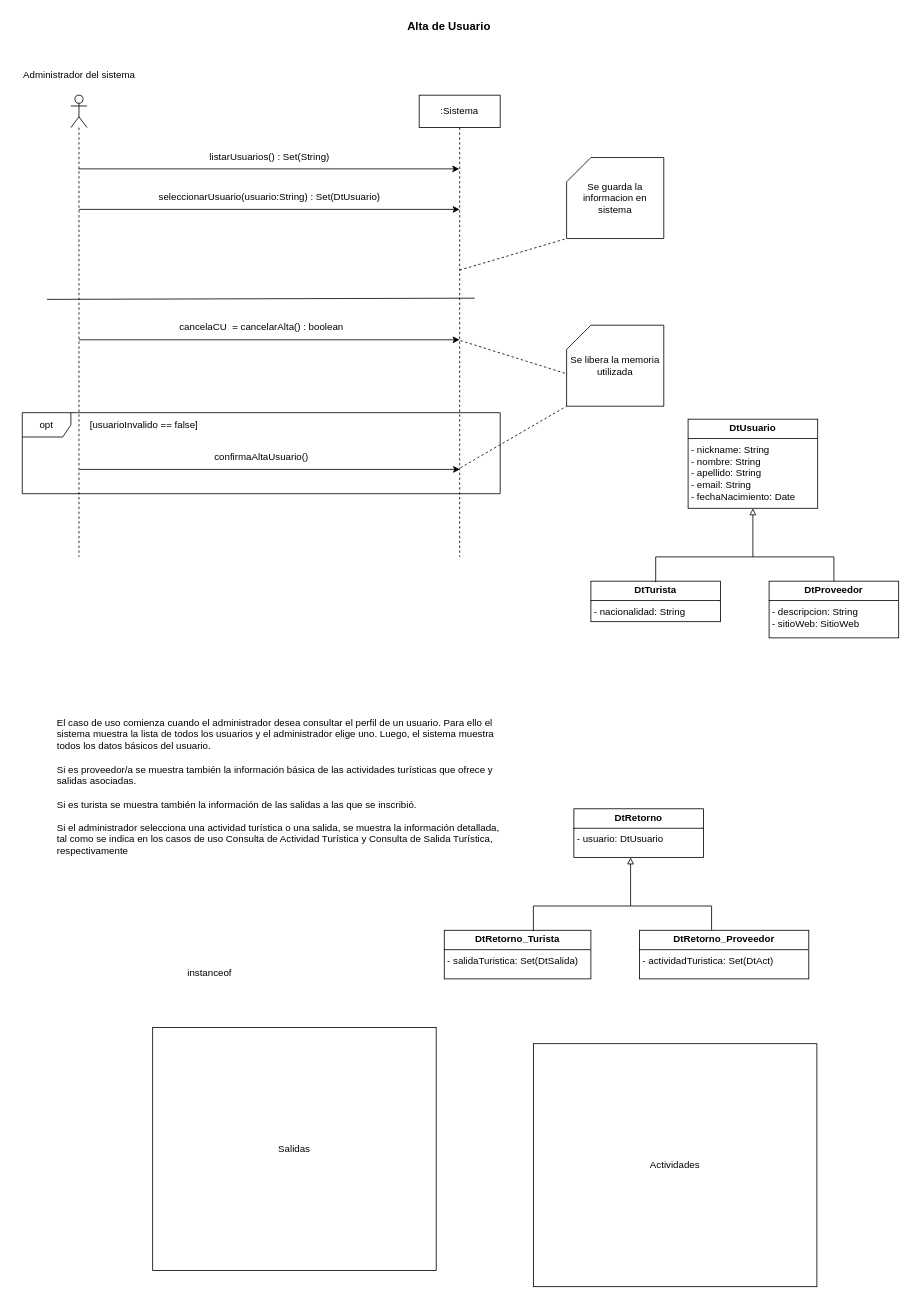
Before: page "CU2_ConsultaUsuario" (3 of 8) of resources/Tarea1.drawio in rofernandezm/Tencnoinf_Pap2025_Tarea1, a draw.io diagram. Source tidied: cells renumbered, new cells numbered last; positions are measured from the earlier drawing's top-left corner, leaving out a move shared by most shapes. Both pictures are drawn from the tidied source at 81%, with x=0, y=0 at pixel (14, 14).
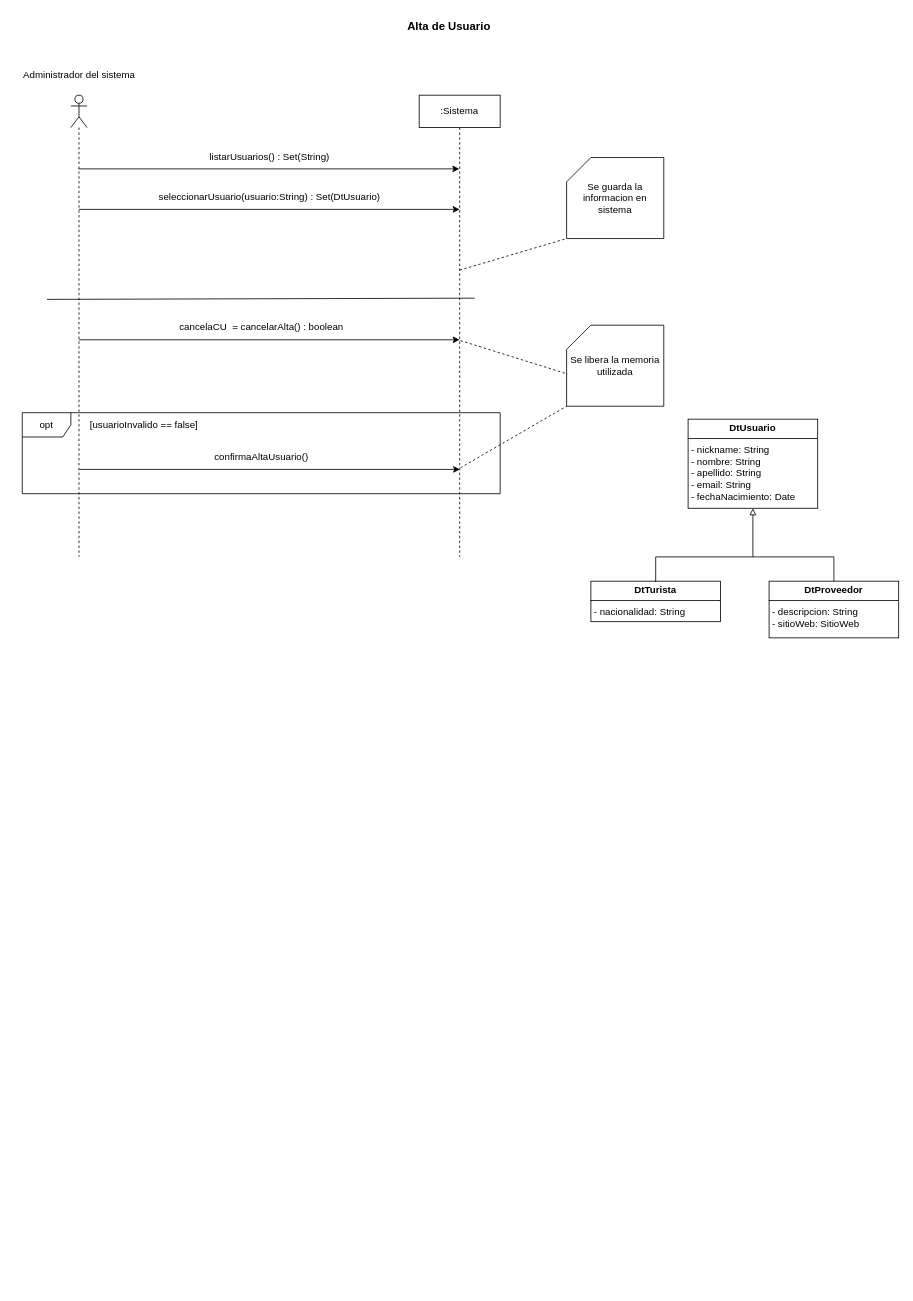
The same diagram, later.

The edit, as a diff of the source:
```diff
@@
-    <mxCell id="27" value="El caso de uso comienza cuando el administrador desea consultar el perfil de un usuario. Para ello el sistema muestra la lista de todos los usuarios y el administrador elige uno. Luego, el sistema muestra todos los datos básicos del usuario. &#10;&#10;Si es proveedor/a se muestra también la información básica de las actividades turísticas que ofrece y salidas asociadas.&#10;&#10;Si es turista se muestra también la información de las salidas a las que se inscribió.&#10;&#10;Si el administrador selecciona una actividad turística o una salida, se muestra la información detallada, tal como se indica en los casos de uso Consulta de Actividad Turística y Consulta de Salida Turística, respectivamente" style="text;whiteSpace=wrap;" parent="1" vertex="1">
-      <mxGeometry x="51" y="861" width="560" height="190" as="geometry" />
-    </mxCell>
-    <mxCell id="28" value="&lt;p style=&quot;margin:0px;margin-top:4px;text-align:center;&quot;&gt;&lt;b&gt;DtRetorno&lt;/b&gt;&lt;/p&gt;&lt;hr size=&quot;1&quot; style=&quot;border-style:solid;&quot;&gt;&lt;p style=&quot;margin:0px;margin-left:4px;&quot;&gt;- usuario: DtUsuario&lt;/p&gt;" style="verticalAlign=top;align=left;overflow=fill;html=1;whiteSpace=wrap;" parent="1" vertex="1">
-      <mxGeometry x="691" y="981" width="160" height="60" as="geometry" />
-    </mxCell>
-    <mxCell id="29" value="&lt;p style=&quot;margin:0px;margin-top:4px;text-align:center;&quot;&gt;&lt;b&gt;DtRetorno_Turista&lt;/b&gt;&lt;/p&gt;&lt;hr size=&quot;1&quot; style=&quot;border-style:solid;&quot;&gt;&lt;p style=&quot;margin:0px;margin-left:4px;&quot;&gt;- salida&lt;span style=&quot;background-color: transparent; color: light-dark(rgb(0, 0, 0), rgb(255, 255, 255));&quot;&gt;Turistica: Set(DtSalida)&lt;/span&gt;&lt;/p&gt;" style="verticalAlign=top;align=left;overflow=fill;html=1;whiteSpace=wrap;" parent="1" vertex="1">
-      <mxGeometry x="531" y="1131" width="181" height="60" as="geometry" />
-    </mxCell>
-    <mxCell id="30" value="&lt;p style=&quot;margin:0px;margin-top:4px;text-align:center;&quot;&gt;&lt;b&gt;DtRetorno_Proveedor&lt;/b&gt;&lt;/p&gt;&lt;hr size=&quot;1&quot; style=&quot;border-style:solid;&quot;&gt;&lt;p style=&quot;margin:0px;margin-left:4px;&quot;&gt;- actividadTuristica: Set(DtAct)&lt;/p&gt;" style="verticalAlign=top;align=left;overflow=fill;html=1;whiteSpace=wrap;" parent="1" vertex="1">
-      <mxGeometry x="772" y="1131" width="209" height="60" as="geometry" />
-    </mxCell>
-    <mxCell id="31" style="endArrow=none;html=1;rounded=0;entryX=0.5;entryY=0;entryDx=0;entryDy=0;" parent="1" edge="1">
-      <mxGeometry relative="1" as="geometry">
-        <mxPoint x="641" y="1132" as="sourcePoint" />
-        <mxPoint x="861" y="1131" as="targetPoint" />
-        <Array as="points">
-          <mxPoint x="641" y="1101" />
-          <mxPoint x="861" y="1101" />
-        </Array>
-      </mxGeometry>
-    </mxCell>
-    <mxCell id="32" style="endArrow=block;html=1;rounded=0;entryX=0.5;entryY=1;entryDx=0;entryDy=0;endFill=0;" parent="1" edge="1">
-      <mxGeometry relative="1" as="geometry">
-        <mxPoint x="761" y="1101" as="sourcePoint" />
-        <mxPoint x="761" y="1041" as="targetPoint" />
-      </mxGeometry>
-    </mxCell>
-    <mxCell id="33" value="instanceof" style="text;html=1;align=center;verticalAlign=middle;strokeColor=none;fillColor=none;" parent="1" vertex="1">
-      <mxGeometry x="201" y="1169" width="80" height="30" as="geometry" />
-    </mxCell>
-    <mxCell id="34" value="Actividades" style="rounded=0;whiteSpace=wrap;html=1;" parent="1" vertex="1">
-      <mxGeometry x="641" y="1271" width="350" height="300" as="geometry" />
-    </mxCell>
-    <mxCell id="35" value="Salidas" style="rounded=0;whiteSpace=wrap;html=1;" parent="1" vertex="1">
-      <mxGeometry x="171" y="1251" width="350" height="300" as="geometry" />
-    </mxCell>
```
